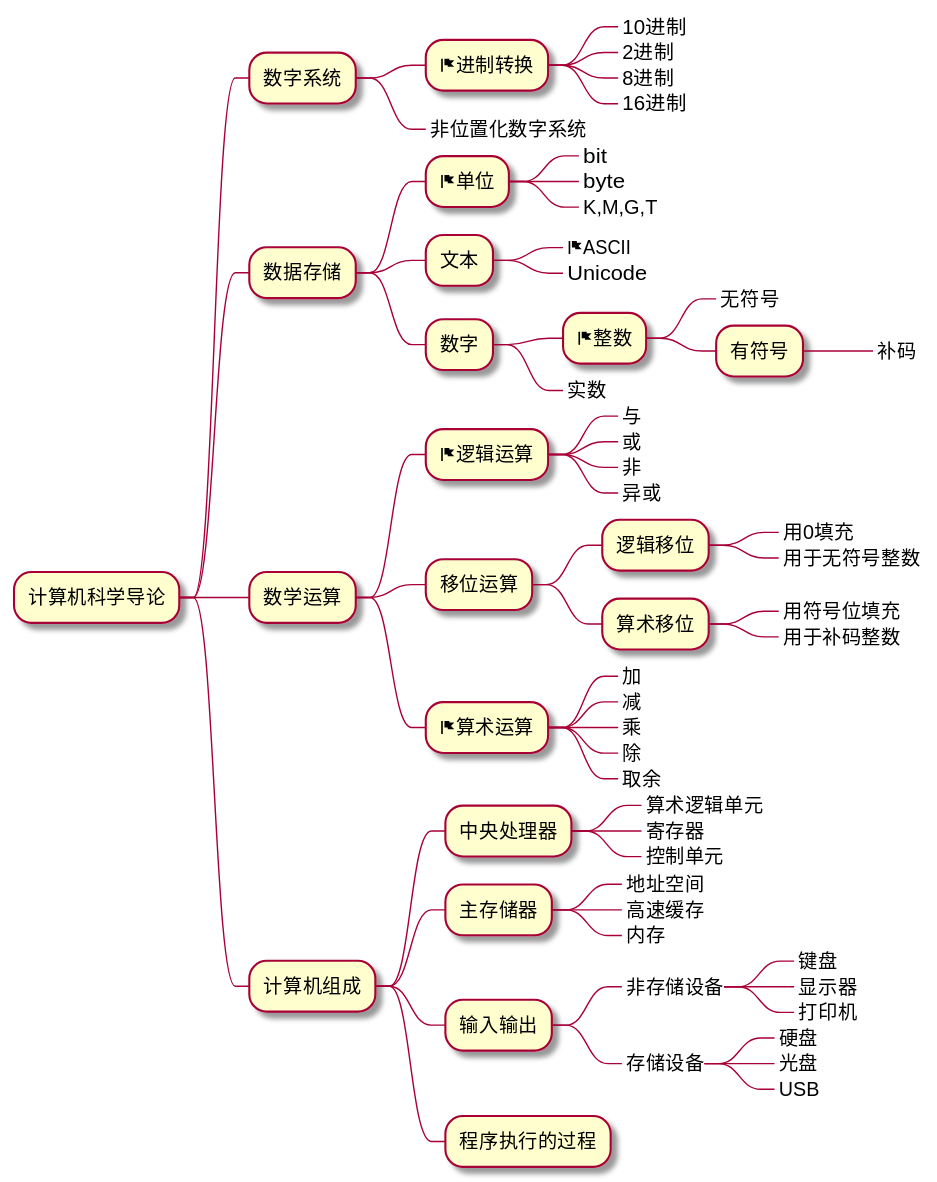
Before: img/overview.svg, a diagram exported from PlantUML (linc5403/cs-intro).
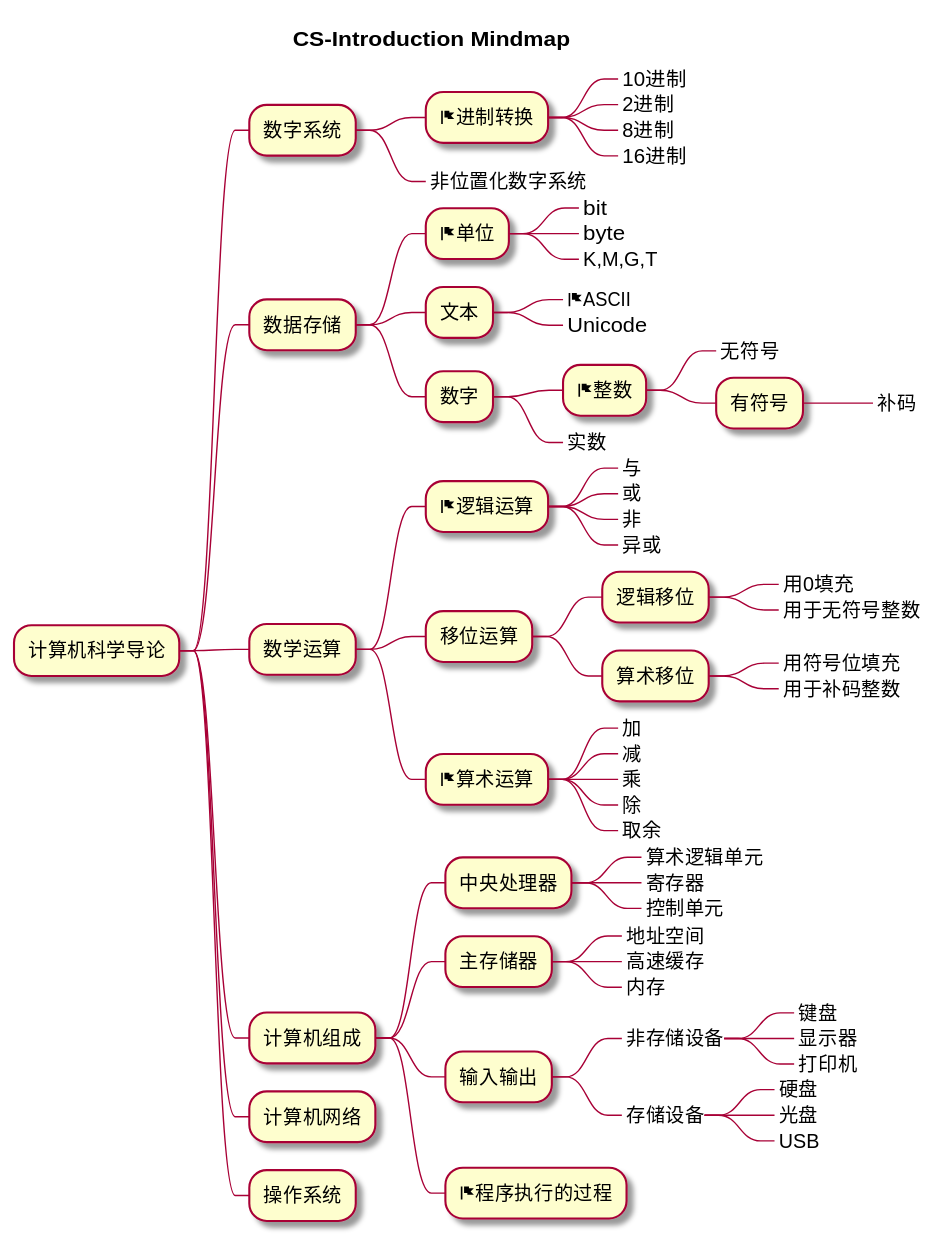
The same diagram one commit later.

What changed in the source:
```diff
@@ -1,4 +1,5 @@
 @startmindmap
+title CS-Introduction Mindmap
 * 计算机科学导论
 ** 数字系统
 *** <&flag>进制转换
@@ -58,5 +59,7 @@
 *****_ 硬盘
 *****_ 光盘
 *****_ USB
-*** 程序执行的过程
+*** <&flag>程序执行的过程
+** 计算机网络
+** 操作系统
 @endmindmap
```
